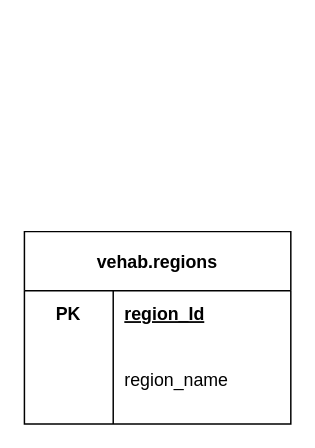
This is HT_ERD.drawio from VehabK/a07_erds, a draw.io file, before an edit. Source tidied: cells renumbered, new cells numbered last; positions are measured from the earlier drawing's top-left corner, leaving out a move shared by most shapes. Both pictures are drawn from the tidied source at 148%, with x=0, y=0 at pixel (24, 231).
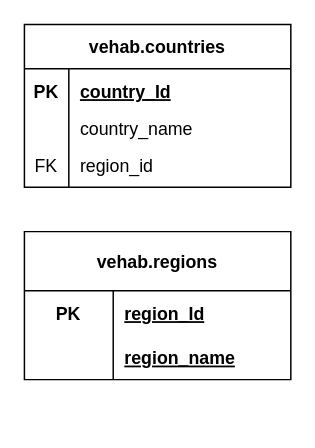
Above is the later version.

Commit message:
added countries table

Change to the diagram source:
```diff
@@
 <mxGraphModel>
   <root>
     <mxCell id="0" />
     <mxCell id="1" parent="0" />
     <mxCell id="2" value="vehab.regions" style="shape=table;startSize=40;childLayout=tableLayout;rowLines=0;fontStyle=1;align=center;strokeColor=#000000;" parent="1" vertex="1">
-      <mxGeometry width="180" height="130" as="geometry" />
+      <mxGeometry width="180" height="100" as="geometry" />
     </mxCell>
     <mxCell id="3" style="shape=partialRectangle;fillColor=none;top=0;left=0;bottom=0;right=0;" parent="2" vertex="1">
       <mxGeometry y="40" width="180" height="30" as="geometry" />
     </mxCell>
     <mxCell id="4" value="PK" style="shape=partialRectangle;fillColor=none;top=0;left=0;bottom=0;right=0;fontStyle=1;overflow=hidden;" parent="3" vertex="1">
       <mxGeometry width="60" height="30" as="geometry" />
     </mxCell>
     <mxCell id="5" value="region_Id" style="shape=partialRectangle;fillColor=none;top=0;left=0;bottom=0;right=0;align=left;spacingLeft=6;fontStyle=5;overflow=hidden;" parent="3" vertex="1">
       <mxGeometry x="60" width="120" height="30" as="geometry" />
     </mxCell>
     <mxCell id="6" style="shape=partialRectangle;fillColor=none;top=0;left=0;bottom=1;right=0;strokeColor=none;" parent="2" vertex="1">
-      <mxGeometry y="70" width="180" height="20" as="geometry" />
+      <mxGeometry y="70" width="180" height="30" as="geometry" />
     </mxCell>
     <mxCell id="7" style="shape=partialRectangle;fillColor=none;top=0;left=0;bottom=0;right=0;fontStyle=1;overflow=hidden;" parent="6" vertex="1">
-      <mxGeometry width="60" height="20" as="geometry" />
+      <mxGeometry width="60" height="30" as="geometry" />
     </mxCell>
-    <mxCell id="8" style="shape=partialRectangle;fillColor=none;top=0;left=0;bottom=0;right=0;align=left;spacingLeft=6;fontStyle=5;overflow=hidden;strokeColor=none;" parent="6" vertex="1">
-      <mxGeometry x="60" width="120" height="20" as="geometry" />
+    <mxCell id="8" value="region_name" style="shape=partialRectangle;fillColor=none;top=0;left=0;bottom=0;right=0;align=left;spacingLeft=6;fontStyle=5;overflow=hidden;strokeColor=none;" parent="6" vertex="1">
+      <mxGeometry x="60" width="120" height="30" as="geometry" />
     </mxCell>
-    <mxCell id="9" style="shape=partialRectangle;fillColor=none;top=0;left=0;bottom=0;right=0;" parent="2" vertex="1">
-      <mxGeometry y="90" width="180" height="20" as="geometry" />
-    </mxCell>
-    <mxCell id="10" style="shape=partialRectangle;fillColor=none;top=0;left=0;bottom=0;right=0;overflow=hidden;strokeColor=none;" parent="9" vertex="1">
-      <mxGeometry width="60" height="20" as="geometry" />
-    </mxCell>
-    <mxCell id="11" value="region_name" style="shape=partialRectangle;fillColor=none;top=0;left=0;bottom=0;right=0;align=left;spacingLeft=6;overflow=hidden;strokeColor=none;" parent="9" vertex="1">
-      <mxGeometry x="60" width="120" height="20" as="geometry" />
-    </mxCell>
-    <mxCell id="12" style="shape=partialRectangle;fillColor=none;top=0;left=0;bottom=0;right=0;" parent="2" vertex="1">
-      <mxGeometry y="110" width="180" height="20" as="geometry" />
-    </mxCell>
-    <mxCell id="13" style="shape=partialRectangle;fillColor=none;top=0;left=0;bottom=0;right=0;overflow=hidden;" parent="12" vertex="1">
-      <mxGeometry width="60" height="20" as="geometry" />
-    </mxCell>
-    <mxCell id="14" style="shape=partialRectangle;fillColor=none;top=0;left=0;bottom=0;right=0;align=left;spacingLeft=6;overflow=hidden;strokeColor=none;" parent="12" vertex="1">
-      <mxGeometry x="60" width="120" height="20" as="geometry" />
-    </mxCell>
+    <mxCell id="15" value="vehab.countries" style="shape=table;startSize=30;childLayout=tableLayout;rowLines=0;fontStyle=1;align=center;strokeColor=#000000;" parent="1" vertex="1">
+      <mxGeometry y="-140" width="180" height="110" as="geometry" />
+    </mxCell>
+    <mxCell id="16" style="shape=partialRectangle;fillColor=none;top=0;left=0;bottom=1;right=0;strokeColor=none;" parent="15" vertex="1">
+      <mxGeometry y="30" width="180" height="30" as="geometry" />
+    </mxCell>
+    <mxCell id="17" value="PK" style="shape=partialRectangle;fillColor=none;top=0;left=0;bottom=0;right=0;fontStyle=1;overflow=hidden;" parent="16" vertex="1">
+      <mxGeometry width="30" height="30" as="geometry" />
+    </mxCell>
+    <mxCell id="18" value="country_Id" style="shape=partialRectangle;fillColor=none;top=0;left=0;bottom=0;right=0;align=left;spacingLeft=6;fontStyle=5;overflow=hidden;" parent="16" vertex="1">
+      <mxGeometry x="30" width="150" height="30" as="geometry" />
+    </mxCell>
+    <mxCell id="19" style="shape=partialRectangle;fillColor=none;top=0;left=0;bottom=0;right=0;" parent="15" vertex="1">
+      <mxGeometry y="60" width="180" height="20" as="geometry" />
+    </mxCell>
+    <mxCell id="20" style="shape=partialRectangle;fillColor=none;top=0;left=0;bottom=0;right=0;overflow=hidden;" parent="19" vertex="1">
+      <mxGeometry width="30" height="20" as="geometry" />
+    </mxCell>
+    <mxCell id="21" value="country_name" style="shape=partialRectangle;fillColor=none;top=0;left=0;bottom=0;right=0;align=left;spacingLeft=6;overflow=hidden;" parent="19" vertex="1">
+      <mxGeometry x="30" width="150" height="20" as="geometry" />
+    </mxCell>
+    <mxCell id="22" style="shape=partialRectangle;fillColor=none;top=0;left=0;bottom=0;right=0;" parent="15" vertex="1">
+      <mxGeometry y="80" width="180" height="30" as="geometry" />
+    </mxCell>
+    <mxCell id="23" value="FK" style="shape=partialRectangle;fillColor=none;top=0;left=0;bottom=0;right=0;overflow=hidden;" parent="22" vertex="1">
+      <mxGeometry width="30" height="30" as="geometry" />
+    </mxCell>
+    <mxCell id="24" value="region_id" style="shape=partialRectangle;fillColor=none;top=0;left=0;bottom=0;right=0;align=left;spacingLeft=6;overflow=hidden;" parent="22" vertex="1">
+      <mxGeometry x="30" width="150" height="30" as="geometry" />
+    </mxCell>
   </root>
 </mxGraphModel>
```
